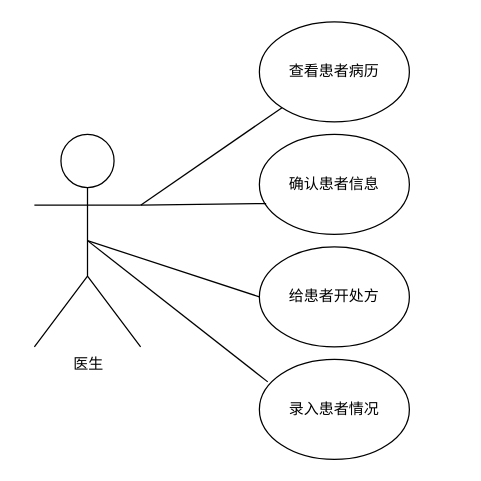
Before: page "第 2 页" (2 of 4) of 用例图/未命名绘图.drawio in yansiro145/-, a draw.io diagram. Source tidied: cells renumbered, new cells numbered last; positions are measured from the earlier drawing's top-left corner, leaving out a move shared by most shapes. Both pictures are drawn from the tidied source at 125%, with x=0, y=0 at pixel (34, 21).
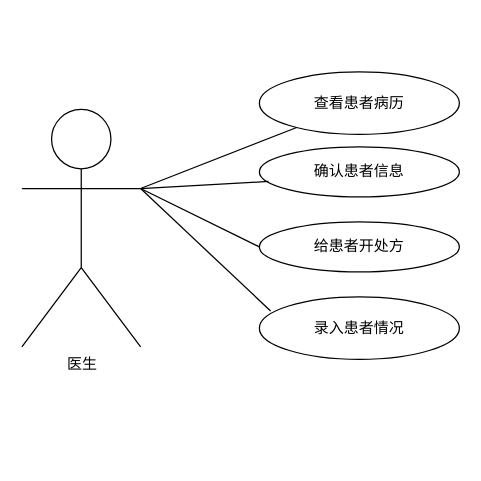
The same diagram, later.

The edit, as a diff of the source:
```diff
@@
 <mxGraphModel>
   <root>
     <mxCell id="0" />
     <mxCell id="1" parent="0" />
     <mxCell id="2" value="医生" style="shape=umlActor;verticalLabelPosition=bottom;verticalAlign=top;html=1;outlineConnect=0;" parent="1" vertex="1">
-      <mxGeometry y="90" width="85" height="170" as="geometry" />
+      <mxGeometry x="-10" y="70" width="95" height="190" as="geometry" />
     </mxCell>
     <mxCell id="3" value="查看患者病历" style="ellipse;whiteSpace=wrap;html=1;" parent="1" vertex="1">
-      <mxGeometry x="180" width="120" height="80" as="geometry" />
+      <mxGeometry x="180" y="40" width="160" height="50" as="geometry" />
     </mxCell>
     <mxCell id="4" value="确认患者信息" style="ellipse;whiteSpace=wrap;html=1;" parent="1" vertex="1">
-      <mxGeometry x="180" y="90" width="120" height="80" as="geometry" />
+      <mxGeometry x="180" y="100" width="160" height="40" as="geometry" />
     </mxCell>
     <mxCell id="5" value="给患者开处方" style="ellipse;whiteSpace=wrap;html=1;" parent="1" vertex="1">
-      <mxGeometry x="180" y="180" width="120" height="80" as="geometry" />
+      <mxGeometry x="180" y="160" width="160" height="40" as="geometry" />
     </mxCell>
     <mxCell id="6" value="录入患者情况" style="ellipse;whiteSpace=wrap;html=1;" parent="1" vertex="1">
-      <mxGeometry x="180" y="270" width="120" height="80" as="geometry" />
+      <mxGeometry x="180" y="220" width="160" height="50" as="geometry" />
     </mxCell>
     <mxCell id="7" style="endArrow=none;html=1;rounded=0;exitX=1;exitY=0.3333333333333333;exitDx=0;exitDy=0;exitPerimeter=0;" parent="1" edge="1" source="2" target="3">
       <mxGeometry relative="1" as="geometry" />
     </mxCell>
-    <mxCell id="8" style="endArrow=none;html=1;rounded=0;entryX=0;entryY=0.5;entryDx=0;entryDy=0;exitX=0.5;exitY=0.5;exitDx=0;exitDy=0;exitPerimeter=0;" parent="1" edge="1" source="2" target="5">
+    <mxCell id="8" style="endArrow=none;html=1;rounded=0;entryX=0;entryY=0.5;entryDx=0;entryDy=0;exitX=1;exitY=0.3333333333333333;exitDx=0;exitDy=0;exitPerimeter=0;" parent="1" edge="1" source="2" target="5">
       <mxGeometry relative="1" as="geometry" />
     </mxCell>
-    <mxCell id="9" style="endArrow=none;html=1;rounded=0;entryX=0.056;entryY=0.225;entryDx=0;entryDy=0;entryPerimeter=0;exitX=0.5;exitY=0.5;exitDx=0;exitDy=0;exitPerimeter=0;" parent="1" edge="1" source="2" target="6">
+    <mxCell id="9" style="endArrow=none;html=1;rounded=0;entryX=0.056;entryY=0.225;entryDx=0;entryDy=0;entryPerimeter=0;exitX=1;exitY=0.3333333333333333;exitDx=0;exitDy=0;exitPerimeter=0;" parent="1" edge="1" source="2" target="6">
       <mxGeometry relative="1" as="geometry" />
     </mxCell>
     <mxCell id="10" style="endArrow=none;html=1;rounded=0;exitX=1;exitY=0.3333333333333333;exitDx=0;exitDy=0;exitPerimeter=0;entryX=0.045;entryY=0.692;entryDx=0;entryDy=0;entryPerimeter=0;" parent="1" edge="1" source="2" target="4">
       <mxGeometry relative="1" as="geometry" />
     </mxCell>
   </root>
 </mxGraphModel>
```
